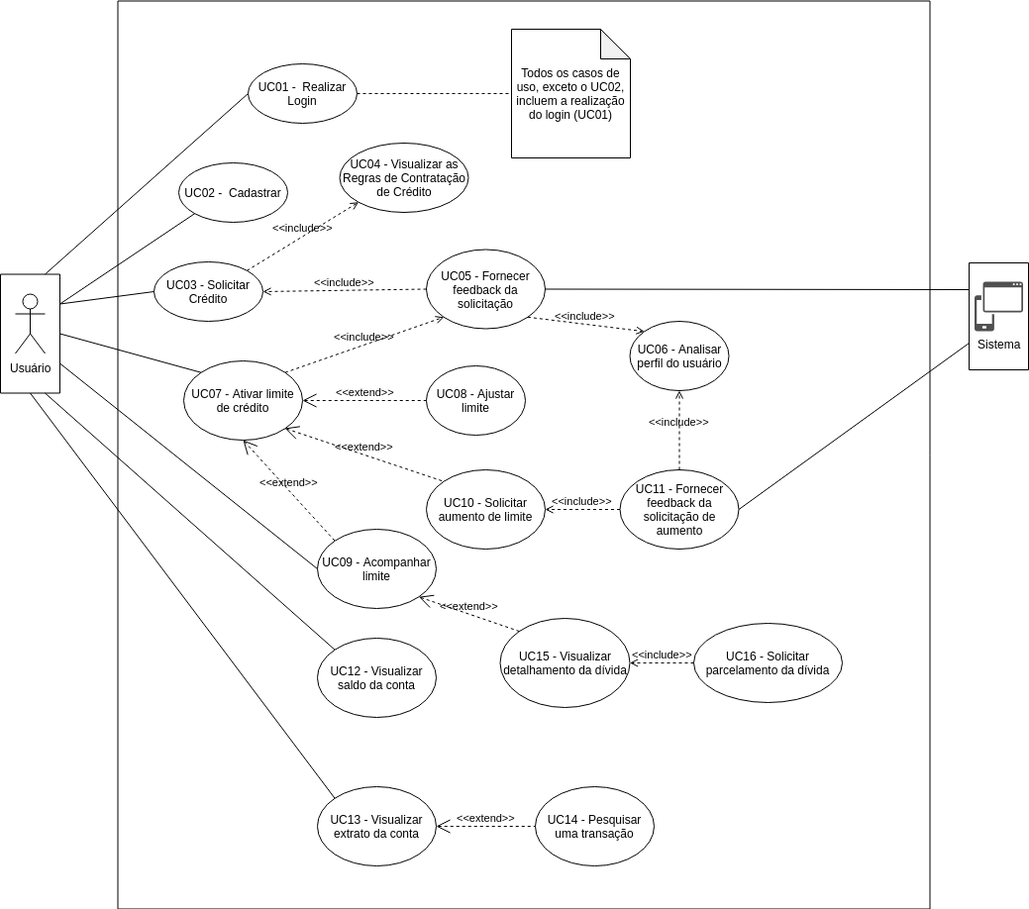
Before: images/use_cases_diagram.png, a diagram exported from draw.io (fga-eps-mds/2019.2-Over26). Source tidied: cells renumbered, new cells last; positions are measured from the earlier drawing's top-left corner, leaving out a move shared by most shapes.
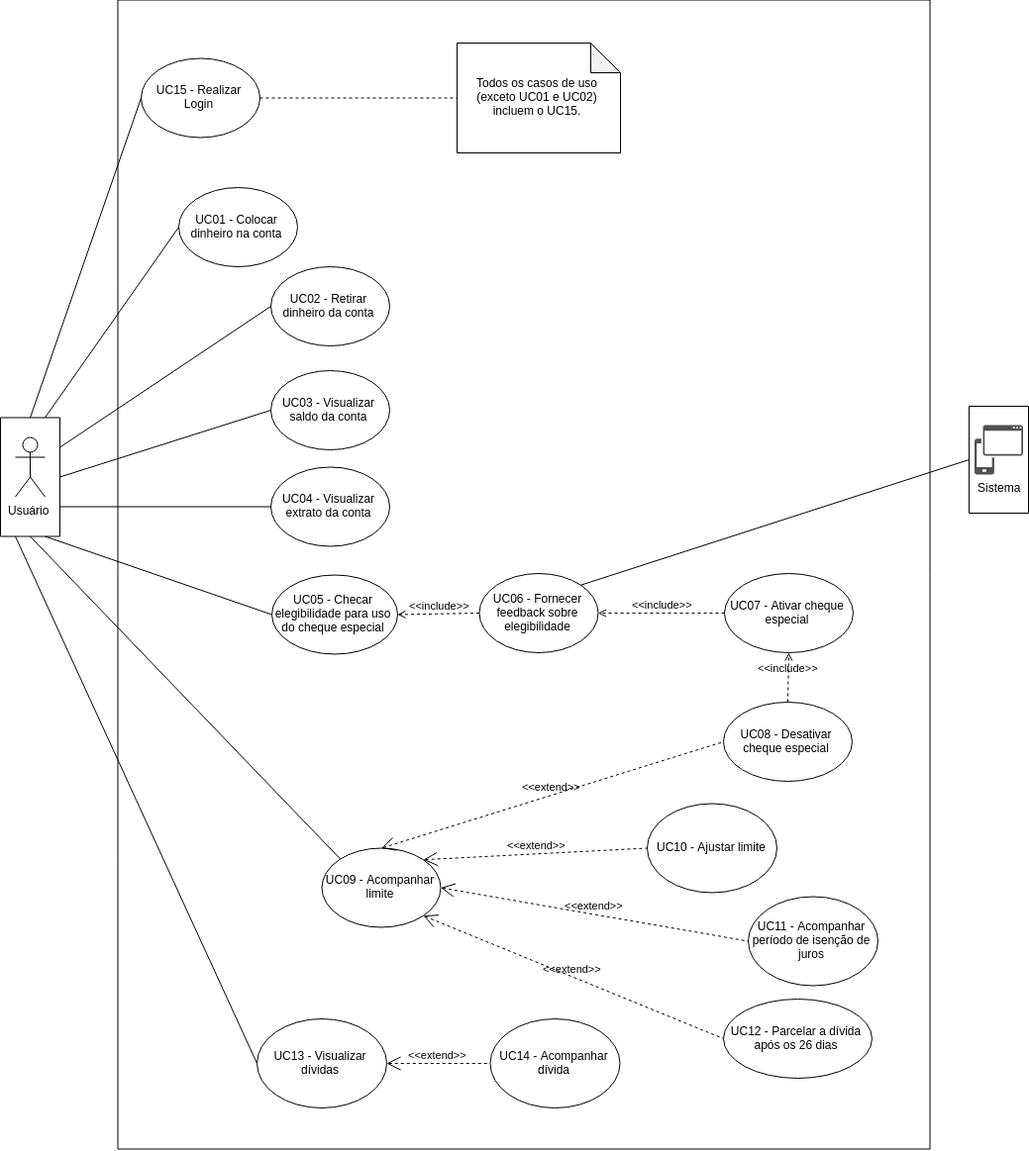
After the change.

Commit message:
Modifying use cases.

What changed in the source:
```diff
@@ -6,7 +6,7 @@
       <mxGeometry x="984" y="260" width="108" height="60" as="geometry" />
     </mxCell>
     <mxCell id="3" style="rounded=0;whiteSpace=wrap;html=1;rotation=90;" parent="1" vertex="1">
-      <mxGeometry x="100" y="20" width="917" height="820" as="geometry" />
+      <mxGeometry x="-22" y="-4" width="1161" height="820" as="geometry" />
     </mxCell>
     <mxCell id="4" style="rounded=0;whiteSpace=wrap;html=1;rotation=-90;" parent="1" vertex="1">
       <mxGeometry y="277.5" width="120" height="60" as="geometry" />
@@ -14,129 +14,110 @@
     <mxCell id="5" value="Usuário" style="shape=umlActor;verticalLabelPosition=bottom;labelBackgroundColor=#ffffff;verticalAlign=top;html=1;" parent="1" vertex="1">
       <mxGeometry x="45" y="267.5" width="30" height="60" as="geometry" />
     </mxCell>
-    <mxCell id="6" value="UC01 -&amp;nbsp; Realizar Login" style="ellipse;whiteSpace=wrap;html=1;" parent="1" vertex="1">
-      <mxGeometry x="280" y="35" width="110" height="60" as="geometry" />
-    </mxCell>
-    <mxCell id="7" value="UC02 -&amp;nbsp; Cadastrar" style="ellipse;whiteSpace=wrap;html=1;" parent="1" vertex="1">
-      <mxGeometry x="210" y="135" width="110" height="60" as="geometry" />
-    </mxCell>
-    <mxCell id="8" value="UC03 -&amp;nbsp;Solicitar Crédito" style="ellipse;whiteSpace=wrap;html=1;" parent="1" vertex="1">
-      <mxGeometry x="185" y="235" width="110" height="60" as="geometry" />
-    </mxCell>
-    <mxCell id="9" value="UC04 -&amp;nbsp;Visualizar as Regras de Contratação de Crédito" style="ellipse;whiteSpace=wrap;html=1;" parent="1" vertex="1">
-      <mxGeometry x="372.5" y="115" width="130" height="70" as="geometry" />
-    </mxCell>
-    <mxCell id="10" value="&amp;lt;&amp;lt;extend&amp;gt;&amp;gt;" style="edgeStyle=none;html=1;startArrow=open;endArrow=none;startSize=12;verticalAlign=bottom;dashed=1;labelBackgroundColor=none;entryX=0;entryY=0;entryDx=0;entryDy=0;exitX=0.5;exitY=1;exitDx=0;exitDy=0;" parent="1" edge="1" source="17" target="21">
-      <mxGeometry relative="1" as="geometry" />
-    </mxCell>
-    <mxCell id="11" value="&amp;lt;&amp;lt;include&amp;gt;&amp;gt;" style="edgeStyle=none;html=1;endArrow=open;verticalAlign=bottom;dashed=1;labelBackgroundColor=none;exitX=1;exitY=0;exitDx=0;exitDy=0;entryX=0;entryY=1;entryDx=0;entryDy=0;" parent="1" edge="1" source="8" target="9">
-      <mxGeometry relative="1" as="geometry" />
-    </mxCell>
     <mxCell id="12" value="Sistema" style="shadow=0;dashed=0;html=1;strokeColor=none;labelPosition=center;verticalLabelPosition=bottom;verticalAlign=top;align=center;shape=mxgraph.mscae.intune.device_os;fillColor=#505050;" parent="1" vertex="1">
       <mxGeometry x="1013.5" y="255" width="49" height="50" as="geometry" />
     </mxCell>
-    <mxCell id="13" value="UC06 - Analisar perfil do usuário" style="ellipse;whiteSpace=wrap;html=1;" parent="1" vertex="1">
-      <mxGeometry x="665.5" y="295" width="100" height="70" as="geometry" />
-    </mxCell>
-    <mxCell id="14" value="UC05 - Fornecer feedback da solicitação" style="ellipse;whiteSpace=wrap;html=1;" parent="1" vertex="1">
-      <mxGeometry x="460" y="222.5" width="120" height="80" as="geometry" />
+    <mxCell id="14" value="UC06 - Fornecer feedback sobre elegibilidade" style="ellipse;whiteSpace=wrap;html=1;" parent="1" vertex="1">
+      <mxGeometry x="513.5" y="405" width="120" height="80" as="geometry" />
     </mxCell>
-    <mxCell id="15" value="&amp;lt;&amp;lt;include&amp;gt;&amp;gt;" style="edgeStyle=none;html=1;endArrow=open;verticalAlign=bottom;dashed=1;labelBackgroundColor=none;exitX=1;exitY=1;exitDx=0;exitDy=0;entryX=0;entryY=0;entryDx=0;entryDy=0;" parent="1" edge="1" source="14" target="13">
-      <mxGeometry relative="1" as="geometry" />
-    </mxCell>
-    <mxCell id="16" value="&amp;lt;&amp;lt;include&amp;gt;&amp;gt;" style="edgeStyle=none;html=1;endArrow=open;verticalAlign=bottom;dashed=1;labelBackgroundColor=none;exitX=0;exitY=0.5;exitDx=0;exitDy=0;entryX=1;entryY=0.5;entryDx=0;entryDy=0;" parent="1" edge="1" source="14" target="8">
-      <mxGeometry relative="1" as="geometry" />
-    </mxCell>
-    <mxCell id="17" value="UC07 - Ativar limite de crédito" style="ellipse;whiteSpace=wrap;html=1;" parent="1" vertex="1">
-      <mxGeometry x="215" y="335" width="120" height="80" as="geometry" />
+    <mxCell id="17" value="UC05 - Checar elegibilidade para uso do cheque especial" style="ellipse;whiteSpace=wrap;html=1;" parent="1" vertex="1">
+      <mxGeometry x="304" y="406.5" width="127" height="80" as="geometry" />
     </mxCell>
-    <mxCell id="18" value="UC08 - Ajustar limite" style="ellipse;whiteSpace=wrap;html=1;" parent="1" vertex="1">
-      <mxGeometry x="460" y="340" width="100" height="70" as="geometry" />
-    </mxCell>
-    <mxCell id="19" value="&amp;lt;&amp;lt;extend&amp;gt;&amp;gt;" style="edgeStyle=none;html=1;startArrow=open;endArrow=none;startSize=12;verticalAlign=bottom;dashed=1;labelBackgroundColor=none;entryX=0;entryY=0.5;entryDx=0;entryDy=0;exitX=1;exitY=0.5;exitDx=0;exitDy=0;" parent="1" edge="1" source="17" target="18">
-      <mxGeometry relative="1" as="geometry" />
-    </mxCell>
-    <mxCell id="20" value="&amp;lt;&amp;lt;include&amp;gt;&amp;gt;" style="edgeStyle=none;html=1;endArrow=open;verticalAlign=bottom;dashed=1;labelBackgroundColor=none;exitX=1;exitY=0;exitDx=0;exitDy=0;entryX=0;entryY=1;entryDx=0;entryDy=0;" parent="1" edge="1" source="17" target="14">
-      <mxGeometry relative="1" as="geometry" />
-    </mxCell>
     <mxCell id="21" value="UC09 - Acompanhar limite" style="ellipse;whiteSpace=wrap;html=1;" parent="1" vertex="1">
-      <mxGeometry x="350" y="505" width="120" height="80" as="geometry" />
+      <mxGeometry x="354.5" y="682.5" width="120" height="80" as="geometry" />
     </mxCell>
-    <mxCell id="22" value="UC10 - Solicitar aumento de limite" style="ellipse;whiteSpace=wrap;html=1;" parent="1" vertex="1">
-      <mxGeometry x="460" y="445" width="120" height="80" as="geometry" />
-    </mxCell>
-    <mxCell id="23" value="&amp;lt;&amp;lt;extend&amp;gt;&amp;gt;" style="edgeStyle=none;html=1;startArrow=open;endArrow=none;startSize=12;verticalAlign=bottom;dashed=1;labelBackgroundColor=none;entryX=0;entryY=0;entryDx=0;entryDy=0;" parent="1" edge="1" target="22">
-      <mxGeometry relative="1" as="geometry">
-        <mxPoint x="317" y="403" as="sourcePoint" />
-      </mxGeometry>
-    </mxCell>
-    <mxCell id="24" value="UC11 - Fornecer feedback da solicitação de aumento" style="ellipse;whiteSpace=wrap;html=1;" parent="1" vertex="1">
-      <mxGeometry x="655.5" y="445" width="120" height="80" as="geometry" />
-    </mxCell>
-    <mxCell id="25" value="&amp;lt;&amp;lt;include&amp;gt;&amp;gt;" style="edgeStyle=none;html=1;endArrow=open;verticalAlign=bottom;dashed=1;labelBackgroundColor=none;exitX=0.5;exitY=0;exitDx=0;exitDy=0;entryX=0.5;entryY=1;entryDx=0;entryDy=0;" parent="1" edge="1" source="24" target="13">
-      <mxGeometry relative="1" as="geometry" />
-    </mxCell>
-    <mxCell id="26" value="&amp;lt;&amp;lt;include&amp;gt;&amp;gt;" style="edgeStyle=none;html=1;endArrow=open;verticalAlign=bottom;dashed=1;labelBackgroundColor=none;exitX=0;exitY=0.5;exitDx=0;exitDy=0;entryX=1;entryY=0.5;entryDx=0;entryDy=0;" parent="1" edge="1" source="24" target="22">
-      <mxGeometry relative="1" as="geometry" />
-    </mxCell>
-    <mxCell id="27" value="UC12 - Visualizar saldo da conta" style="ellipse;whiteSpace=wrap;html=1;" parent="1" vertex="1">
-      <mxGeometry x="350" y="615" width="120" height="80" as="geometry" />
+    <mxCell id="27" value="UC03 - Visualizar saldo da conta" style="ellipse;whiteSpace=wrap;html=1;" parent="1" vertex="1">
+      <mxGeometry x="303" y="200" width="120" height="80" as="geometry" />
     </mxCell>
-    <mxCell id="28" value="UC13 - Visualizar extrato da conta" style="ellipse;whiteSpace=wrap;html=1;" parent="1" vertex="1">
-      <mxGeometry x="350" y="765" width="120" height="80" as="geometry" />
+    <mxCell id="28" value="UC04 - Visualizar extrato da conta" style="ellipse;whiteSpace=wrap;html=1;" parent="1" vertex="1">
+      <mxGeometry x="303" y="297.5" width="120" height="80" as="geometry" />
     </mxCell>
-    <mxCell id="29" value="UC14 - Pesquisar uma transação" style="ellipse;whiteSpace=wrap;html=1;" parent="1" vertex="1">
-      <mxGeometry x="570" y="765" width="120" height="80" as="geometry" />
-    </mxCell>
-    <mxCell id="30" value="&amp;lt;&amp;lt;extend&amp;gt;&amp;gt;" style="edgeStyle=none;html=1;startArrow=open;endArrow=none;startSize=12;verticalAlign=bottom;dashed=1;labelBackgroundColor=none;entryX=0;entryY=0.5;entryDx=0;entryDy=0;exitX=1;exitY=0.5;exitDx=0;exitDy=0;" parent="1" edge="1" source="28" target="29">
-      <mxGeometry relative="1" as="geometry" />
-    </mxCell>
-    <mxCell id="31" value="UC15 - Visualizar detalhamento da dívida" style="ellipse;whiteSpace=wrap;html=1;" parent="1" vertex="1">
-      <mxGeometry x="534.5" y="595" width="131" height="90" as="geometry" />
+    <mxCell id="31" value="UC14 - Acompanhar dívida" style="ellipse;whiteSpace=wrap;html=1;" parent="1" vertex="1">
+      <mxGeometry x="524.5" y="855" width="131" height="90" as="geometry" />
     </mxCell>
-    <mxCell id="32" value="&amp;lt;&amp;lt;extend&amp;gt;&amp;gt;" style="edgeStyle=none;html=1;startArrow=open;endArrow=none;startSize=12;verticalAlign=bottom;dashed=1;labelBackgroundColor=none;entryX=0;entryY=0;entryDx=0;entryDy=0;exitX=1;exitY=1;exitDx=0;exitDy=0;" parent="1" edge="1" source="21" target="31">
-      <mxGeometry relative="1" as="geometry" />
-    </mxCell>
-    <mxCell id="33" value="UC16 - Solicitar parcelamento da dívida" style="ellipse;whiteSpace=wrap;html=1;" parent="1" vertex="1">
-      <mxGeometry x="730" y="600" width="150" height="80" as="geometry" />
+    <mxCell id="33" value="UC12 - Parcelar a dívida após os 26 dias" style="ellipse;whiteSpace=wrap;html=1;" parent="1" vertex="1">
+      <mxGeometry x="760" y="835" width="150" height="80" as="geometry" />
     </mxCell>
-    <mxCell id="34" value="&amp;lt;&amp;lt;include&amp;gt;&amp;gt;" style="edgeStyle=none;html=1;endArrow=open;verticalAlign=bottom;dashed=1;labelBackgroundColor=none;exitX=0;exitY=0.5;exitDx=0;exitDy=0;entryX=1;entryY=0.5;entryDx=0;entryDy=0;" parent="1" edge="1" source="33" target="31">
-      <mxGeometry relative="1" as="geometry" />
-    </mxCell>
-    <mxCell id="35" style="endArrow=none;html=1;entryX=0;entryY=0.5;entryDx=0;entryDy=0;exitX=1;exitY=0.75;exitDx=0;exitDy=0;" parent="1" edge="1" source="4" target="6">
-      <mxGeometry relative="1" as="geometry" />
-    </mxCell>
+    <mxCell id="46" value="UC07 - Ativar cheque especial" style="ellipse;whiteSpace=wrap;html=1;" parent="1" vertex="1">
+      <mxGeometry x="761" y="405" width="130" height="80" as="geometry" />
+    </mxCell>
+    <mxCell id="47" value="&amp;lt;&amp;lt;include&amp;gt;&amp;gt;" style="edgeStyle=none;html=1;endArrow=open;verticalAlign=bottom;dashed=1;labelBackgroundColor=none;entryX=1;entryY=0.5;entryDx=0;entryDy=0;exitX=0;exitY=0.5;exitDx=0;exitDy=0;" parent="1" edge="1" source="14" target="17">
+      <mxGeometry relative="1" as="geometry" />
+    </mxCell>
+    <mxCell id="48" value="&amp;lt;&amp;lt;include&amp;gt;&amp;gt;" style="edgeStyle=none;html=1;endArrow=open;verticalAlign=bottom;dashed=1;labelBackgroundColor=none;entryX=1;entryY=0.5;entryDx=0;entryDy=0;exitX=0;exitY=0.5;exitDx=0;exitDy=0;" parent="1" edge="1" source="46" target="14">
+      <mxGeometry relative="1" as="geometry" />
+    </mxCell>
+    <mxCell id="49" value="UC08 - Desativar cheque especial" style="ellipse;whiteSpace=wrap;html=1;" parent="1" vertex="1">
+      <mxGeometry x="760" y="535" width="130" height="80" as="geometry" />
+    </mxCell>
+    <mxCell id="50" value="&amp;lt;&amp;lt;include&amp;gt;&amp;gt;" style="edgeStyle=none;html=1;endArrow=open;verticalAlign=bottom;dashed=1;labelBackgroundColor=none;exitX=0.5;exitY=0;exitDx=0;exitDy=0;" parent="1" edge="1" source="49" target="46">
+      <mxGeometry relative="1" as="geometry" />
+    </mxCell>
+    <mxCell id="51" value="UC13 - Visualizar dívidas" style="ellipse;whiteSpace=wrap;html=1;" parent="1" vertex="1">
+      <mxGeometry x="289" y="855" width="131" height="90" as="geometry" />
+    </mxCell>
+    <mxCell id="52" value="UC11 - Acompanhar período de isenção de juros" style="ellipse;whiteSpace=wrap;html=1;" parent="1" vertex="1">
+      <mxGeometry x="785" y="731.5" width="131" height="90" as="geometry" />
+    </mxCell>
+    <mxCell id="53" value="&amp;lt;&amp;lt;extend&amp;gt;&amp;gt;" style="edgeStyle=none;html=1;startArrow=open;endArrow=none;startSize=12;verticalAlign=bottom;dashed=1;labelBackgroundColor=none;entryX=0;entryY=0.5;entryDx=0;entryDy=0;exitX=1;exitY=1;exitDx=0;exitDy=0;" parent="1" edge="1" source="21" target="33">
+      <mxGeometry relative="1" as="geometry" />
+    </mxCell>
+    <mxCell id="54" value="&amp;lt;&amp;lt;extend&amp;gt;&amp;gt;" style="edgeStyle=none;html=1;startArrow=open;endArrow=none;startSize=12;verticalAlign=bottom;dashed=1;labelBackgroundColor=none;entryX=0;entryY=0.5;entryDx=0;entryDy=0;exitX=1;exitY=0.5;exitDx=0;exitDy=0;" parent="1" edge="1" source="21" target="52">
+      <mxGeometry relative="1" as="geometry" />
+    </mxCell>
+    <mxCell id="55" value="&amp;lt;&amp;lt;extend&amp;gt;&amp;gt;" style="edgeStyle=none;html=1;startArrow=open;endArrow=none;startSize=12;verticalAlign=bottom;dashed=1;labelBackgroundColor=none;entryX=0;entryY=0.5;entryDx=0;entryDy=0;exitX=1;exitY=0.5;exitDx=0;exitDy=0;" parent="1" edge="1" source="51" target="31">
+      <mxGeometry relative="1" as="geometry" />
+    </mxCell>
+    <mxCell id="56" style="endArrow=none;html=1;entryX=0;entryY=0.25;entryDx=0;entryDy=0;exitX=0;exitY=0.5;exitDx=0;exitDy=0;" parent="1" edge="1" source="51" target="4">
+      <mxGeometry relative="1" as="geometry" />
+    </mxCell>
+    <mxCell id="57" value="UC01 - Colocar dinheiro na conta" style="ellipse;whiteSpace=wrap;html=1;" parent="1" vertex="1">
+      <mxGeometry x="210" y="15" width="120" height="80" as="geometry" />
+    </mxCell>
+    <mxCell id="58" value="UC02 - Retirar dinheiro da conta" style="ellipse;whiteSpace=wrap;html=1;" parent="1" vertex="1">
+      <mxGeometry x="303" y="95" width="120" height="80" as="geometry" />
+    </mxCell>
+    <mxCell id="59" style="endArrow=none;html=1;entryX=0;entryY=0;entryDx=0;entryDy=0;exitX=0;exitY=0.5;exitDx=0;exitDy=0;" parent="1" edge="1" source="4" target="21">
+      <mxGeometry relative="1" as="geometry" />
+    </mxCell>
+    <mxCell id="42" style="endArrow=none;html=1;entryX=0;entryY=0.5;entryDx=0;entryDy=0;exitX=0;exitY=0.75;exitDx=0;exitDy=0;" parent="1" edge="1" source="4" target="17">
+      <mxGeometry relative="1" as="geometry" />
+    </mxCell>
+    <mxCell id="45" style="endArrow=none;html=1;entryX=0;entryY=0.5;entryDx=0;entryDy=0;exitX=0.25;exitY=1;exitDx=0;exitDy=0;" parent="1" edge="1" source="4" target="28">
+      <mxGeometry relative="1" as="geometry" />
+    </mxCell>
+    <mxCell id="44" style="endArrow=none;html=1;entryX=0;entryY=0.5;entryDx=0;entryDy=0;exitX=0.5;exitY=1;exitDx=0;exitDy=0;" parent="1" edge="1" source="4" target="27">
+      <mxGeometry relative="1" as="geometry" />
+    </mxCell>
+    <mxCell id="60" style="endArrow=none;html=1;entryX=0;entryY=0.5;entryDx=0;entryDy=0;exitX=0.75;exitY=1;exitDx=0;exitDy=0;" parent="1" edge="1" source="4" target="58">
+      <mxGeometry relative="1" as="geometry" />
+    </mxCell>
+    <mxCell id="61" style="endArrow=none;html=1;entryX=0;entryY=0.5;entryDx=0;entryDy=0;exitX=1;exitY=0.75;exitDx=0;exitDy=0;" parent="1" edge="1" source="4" target="57">
+      <mxGeometry relative="1" as="geometry" />
+    </mxCell>
-    <mxCell id="36" style="endArrow=none;html=1;entryX=0.25;entryY=1;entryDx=0;entryDy=0;exitX=1;exitY=0.5;exitDx=0;exitDy=0;" parent="1" edge="1" source="14" target="2">
+    <mxCell id="36" style="endArrow=none;html=1;entryX=0.5;entryY=1;entryDx=0;entryDy=0;exitX=1;exitY=0;exitDx=0;exitDy=0;" parent="1" edge="1" source="14" target="2">
       <mxGeometry relative="1" as="geometry" />
     </mxCell>
-    <mxCell id="37" value="Todos os casos de uso, exceto o UC02, incluem a realização do login (UC01)" style="shape=note;whiteSpace=wrap;html=1;backgroundOutline=1;darkOpacity=0.05;" parent="1" vertex="1">
-      <mxGeometry x="546" width="120" height="130" as="geometry" />
-    </mxCell>
-    <mxCell id="38" style="endArrow=none;dashed=1;html=1;exitX=1;exitY=0.5;exitDx=0;exitDy=0;entryX=0;entryY=0.5;entryDx=0;entryDy=0;entryPerimeter=0;" parent="1" edge="1" source="6" target="37">
-      <mxGeometry relative="1" as="geometry" />
-    </mxCell>
-    <mxCell id="39" style="endArrow=none;html=1;entryX=0.75;entryY=1;entryDx=0;entryDy=0;exitX=1;exitY=0.5;exitDx=0;exitDy=0;" parent="1" edge="1" source="24" target="2">
-      <mxGeometry relative="1" as="geometry" />
-    </mxCell>
-    <mxCell id="40" style="endArrow=none;html=1;entryX=0;entryY=1;entryDx=0;entryDy=0;exitX=0.75;exitY=1;exitDx=0;exitDy=0;" parent="1" edge="1" source="4" target="7">
-      <mxGeometry relative="1" as="geometry" />
-    </mxCell>
-    <mxCell id="41" style="endArrow=none;html=1;entryX=0;entryY=0.5;entryDx=0;entryDy=0;exitX=0.75;exitY=1;exitDx=0;exitDy=0;" parent="1" edge="1" source="4" target="8">
-      <mxGeometry relative="1" as="geometry" />
-    </mxCell>
-    <mxCell id="42" style="endArrow=none;html=1;entryX=0;entryY=0;entryDx=0;entryDy=0;exitX=0.5;exitY=1;exitDx=0;exitDy=0;" parent="1" edge="1" source="4" target="17">
-      <mxGeometry relative="1" as="geometry" />
-    </mxCell>
-    <mxCell id="43" style="endArrow=none;html=1;exitX=0.25;exitY=1;exitDx=0;exitDy=0;" parent="1" edge="1" source="4">
-      <mxGeometry relative="1" as="geometry">
-        <mxPoint x="350" y="545" as="targetPoint" />
-      </mxGeometry>
-    </mxCell>
-    <mxCell id="44" style="endArrow=none;html=1;entryX=0;entryY=0;entryDx=0;entryDy=0;exitX=0;exitY=0.75;exitDx=0;exitDy=0;" parent="1" edge="1" source="4" target="27">
-      <mxGeometry relative="1" as="geometry" />
-    </mxCell>
-    <mxCell id="45" style="endArrow=none;html=1;exitX=0;exitY=0.5;exitDx=0;exitDy=0;entryX=0;entryY=0;entryDx=0;entryDy=0;" parent="1" edge="1" source="4" target="28">
-      <mxGeometry relative="1" as="geometry" />
-    </mxCell>
+    <mxCell id="62" value="UC10 - Ajustar limite" style="ellipse;whiteSpace=wrap;html=1;" parent="1" vertex="1">
+      <mxGeometry x="683" y="637.5" width="131" height="90" as="geometry" />
+    </mxCell>
+    <mxCell id="63" value="UC15 - Realizar Login" style="ellipse;whiteSpace=wrap;html=1;" parent="1" vertex="1">
+      <mxGeometry x="172" y="-115.5" width="120" height="80" as="geometry" />
+    </mxCell>
+    <mxCell id="64" value="&amp;lt;&amp;lt;extend&amp;gt;&amp;gt;" style="edgeStyle=none;html=1;startArrow=open;endArrow=none;startSize=12;verticalAlign=bottom;dashed=1;labelBackgroundColor=none;entryX=0;entryY=0.5;entryDx=0;entryDy=0;exitX=1;exitY=0;exitDx=0;exitDy=0;" parent="1" edge="1" source="21" target="62">
+      <mxGeometry relative="1" as="geometry" />
+    </mxCell>
+    <mxCell id="65" style="endArrow=none;html=1;entryX=0;entryY=0.5;entryDx=0;entryDy=0;exitX=1;exitY=0.5;exitDx=0;exitDy=0;" parent="1" edge="1" source="4" target="63">
+      <mxGeometry relative="1" as="geometry" />
+    </mxCell>
+    <mxCell id="66" value="&amp;lt;&amp;lt;extend&amp;gt;&amp;gt;" style="edgeStyle=none;html=1;startArrow=open;endArrow=none;startSize=12;verticalAlign=bottom;dashed=1;labelBackgroundColor=none;entryX=0;entryY=0.5;entryDx=0;entryDy=0;exitX=0.5;exitY=0;exitDx=0;exitDy=0;" parent="1" edge="1" source="21" target="49">
+      <mxGeometry relative="1" as="geometry" />
+    </mxCell>
+    <mxCell id="67" value="Todos os casos de uso (exceto UC01 e UC02) incluem o UC15." style="shape=note;whiteSpace=wrap;html=1;backgroundOutline=1;darkOpacity=0.05;" parent="1" vertex="1">
+      <mxGeometry x="491" y="-131" width="165" height="111" as="geometry" />
+    </mxCell>
+    <mxCell id="68" style="endArrow=none;html=1;entryX=0;entryY=0.5;entryDx=0;entryDy=0;exitX=1;exitY=0.5;exitDx=0;exitDy=0;entryPerimeter=0;dashed=1;" parent="1" edge="1" source="63" target="67">
+      <mxGeometry relative="1" as="geometry" />
+    </mxCell>
   </root>
 </mxGraphModel>
```
